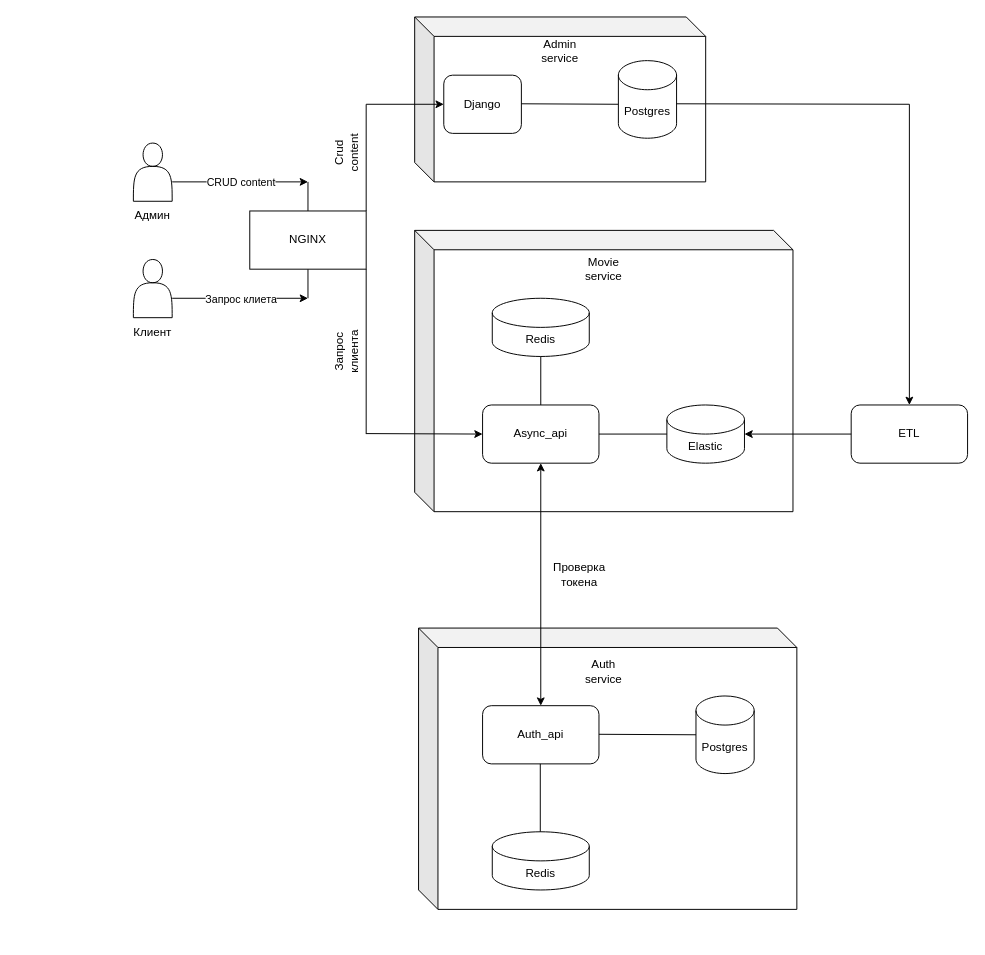
The draw.io diagram architecture/AS_IS_architecture.drawio in Germanio10/ugc_sprint_1, before the edit. Source tidied: cells renumbered, new cells numbered last; positions are measured from the earlier drawing's top-left corner, leaving out a move shared by most shapes. Both pictures are drawn from the tidied source at 97%, with x=0, y=0 at pixel (123, 16).
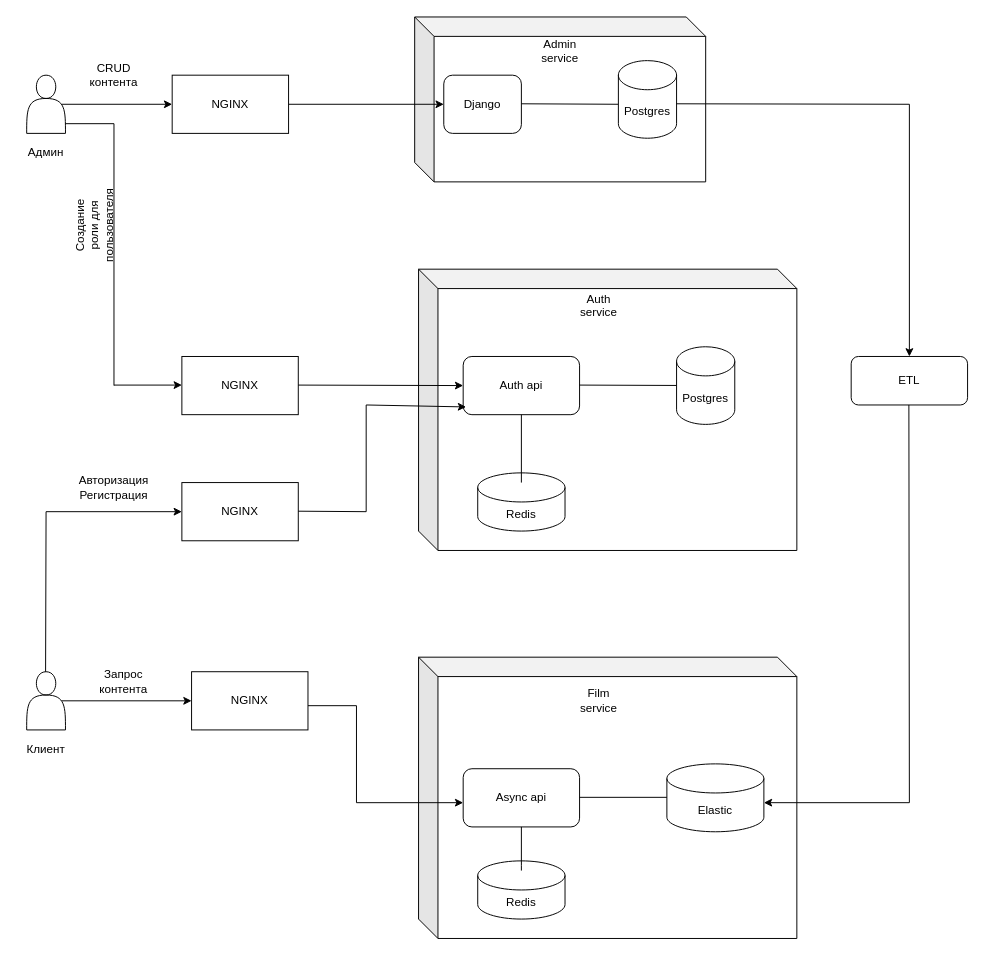
Above is the later version.

Commit message:
Правка схемы

The change refers to these unchanged cells:
```xml
<mxCell id="15" value="Django" style="rounded=1;whiteSpace=wrap;html=1;" parent="1" vertex="1">
  <mxGeometry x="330" y="60" width="80" height="60" as="geometry" />
</mxCell>
```

Diff of the diagram source:
```diff
@@
-    <mxCell id="2" style="shape=actor;whiteSpace=wrap;html=1;" parent="1" vertex="1">
-      <mxGeometry x="10" y="130" width="40" height="60" as="geometry" />
-    </mxCell>
-    <mxCell id="3" style="shape=actor;whiteSpace=wrap;html=1;" parent="1" vertex="1">
-      <mxGeometry x="10" y="250" width="40" height="60" as="geometry" />
-    </mxCell>
-    <mxCell id="4" style="endArrow=classic;html=1;rounded=0;" parent="1" edge="1">
-      <mxGeometry relative="1" as="geometry">
-        <mxPoint x="50" y="170" as="sourcePoint" />
-        <mxPoint x="190" y="170" as="targetPoint" />
-      </mxGeometry>
-    </mxCell>
-    <mxCell id="5" value="CRUD content" style="edgeLabel;html=1;align=center;verticalAlign=middle;" parent="4" vertex="1">
-      <mxGeometry relative="1" as="geometry" />
-    </mxCell>
-    <mxCell id="6" style="endArrow=classic;html=1;rounded=0;" parent="1" edge="1">
-      <mxGeometry relative="1" as="geometry">
-        <mxPoint x="50" y="290" as="sourcePoint" />
-        <mxPoint x="190" y="290" as="targetPoint" />
-      </mxGeometry>
-    </mxCell>
-    <mxCell id="7" value="Запрос клиета" style="edgeLabel;html=1;align=center;verticalAlign=middle;" parent="6" vertex="1">
-      <mxGeometry relative="1" as="geometry" />
-    </mxCell>
-    <mxCell id="8" value="Клиент" style="text;strokeColor=none;align=center;fillColor=none;html=1;verticalAlign=middle;whiteSpace=wrap;rounded=0;" parent="1" vertex="1">
-      <mxGeometry y="310" width="60" height="30" as="geometry" />
-    </mxCell>
-    <mxCell id="9" value="Админ" style="text;strokeColor=none;align=center;fillColor=none;html=1;verticalAlign=middle;whiteSpace=wrap;rounded=0;" parent="1" vertex="1">
-      <mxGeometry y="190" width="60" height="30" as="geometry" />
-    </mxCell>
-    <mxCell id="10" style="endArrow=none;html=1;rounded=0;exitX=0.5;exitY=0;exitDx=0;exitDy=0;" parent="1" edge="1" source="12">
-      <mxGeometry relative="1" as="geometry">
-        <mxPoint x="190" y="170" as="targetPoint" />
-      </mxGeometry>
-    </mxCell>
-    <mxCell id="11" style="endArrow=none;html=1;rounded=0;entryX=0.5;entryY=1;entryDx=0;entryDy=0;" parent="1" edge="1" target="12">
-      <mxGeometry relative="1" as="geometry">
-        <mxPoint x="190" y="290" as="sourcePoint" />
-      </mxGeometry>
-    </mxCell>
-    <mxCell id="12" value="NGINX" style="rounded=0;whiteSpace=wrap;html=1;" parent="1" vertex="1">
-      <mxGeometry x="130" y="200" width="120" height="60" as="geometry" />
-    </mxCell>
-    <mxCell id="13" style="endArrow=none;html=1;rounded=0;" parent="1" edge="1">
-      <mxGeometry relative="1" as="geometry">
-        <mxPoint x="250" y="200" as="sourcePoint" />
-        <mxPoint x="250" y="90" as="targetPoint" />
-      </mxGeometry>
-    </mxCell>
@@
-    <mxCell id="16" style="endArrow=classic;html=1;rounded=0;entryX=0;entryY=0.5;entryDx=0;entryDy=0;" parent="1" edge="1" target="15">
-      <mxGeometry relative="1" as="geometry">
-        <mxPoint x="250" y="90" as="sourcePoint" />
-      </mxGeometry>
-    </mxCell>
@@
     <mxCell id="20" value="ETL" style="rounded=1;whiteSpace=wrap;html=1;" parent="1" vertex="1">
-      <mxGeometry x="750" y="400" width="120" height="60" as="geometry" />
+      <mxGeometry x="750" y="350" width="120" height="50" as="geometry" />
     </mxCell>
@@
-    <mxCell id="22" style="shape=cube;whiteSpace=wrap;html=1;boundedLbl=1;backgroundOutline=1;darkOpacity=0.05;darkOpacity2=0.1;" parent="1" vertex="1">
-      <mxGeometry x="300" y="220" width="390" height="290" as="geometry" />
-    </mxCell>
@@
+    <mxCell id="33" style="shape=cube;whiteSpace=wrap;html=1;boundedLbl=1;backgroundOutline=1;darkOpacity=0.05;darkOpacity2=0.1;" parent="1" vertex="1">
+      <mxGeometry x="304" y="260" width="390" height="290" as="geometry" />
+    </mxCell>
+    <mxCell id="44" style="edgeStyle=orthogonalEdgeStyle;rounded=0;jettySize=auto;html=1;exitX=0.9;exitY=0.5;exitDx=0;exitDy=0;exitPerimeter=0;entryX=0;entryY=0.5;entryDx=0;entryDy=0;" parent="1" edge="1" source="45" target="47">
+      <mxGeometry relative="1" as="geometry" />
+    </mxCell>
+    <mxCell id="45" style="shape=actor;whiteSpace=wrap;html=1;" parent="1" vertex="1">
+      <mxGeometry x="-100" y="60" width="40" height="60" as="geometry" />
+    </mxCell>
+    <mxCell id="46" style="edgeStyle=orthogonalEdgeStyle;rounded=0;jettySize=auto;html=1;exitX=1;exitY=0.5;exitDx=0;exitDy=0;entryX=0;entryY=0.5;entryDx=0;entryDy=0;" parent="1" edge="1" source="47" target="15">
+      <mxGeometry relative="1" as="geometry" />
+    </mxCell>
+    <mxCell id="47" value="NGINX" style="rounded=0;whiteSpace=wrap;html=1;" parent="1" vertex="1">
+      <mxGeometry x="50" y="60" width="120" height="60" as="geometry" />
+    </mxCell>
+    <mxCell id="48" value="CRUD контента" style="text;strokeColor=none;align=center;fillColor=none;html=1;verticalAlign=middle;whiteSpace=wrap;rounded=0;" parent="1" vertex="1">
+      <mxGeometry x="-40" y="45" width="60" height="30" as="geometry" />
+    </mxCell>
+    <mxCell id="9" value="Админ" style="text;strokeColor=none;align=center;fillColor=none;html=1;verticalAlign=middle;whiteSpace=wrap;rounded=0;" parent="1" vertex="1">
+      <mxGeometry x="-110" y="125" width="60" height="30" as="geometry" />
+    </mxCell>
+    <mxCell id="34" value="&lt;div&gt;Auth service&lt;/div&gt;&lt;div&gt;&lt;br&gt;&lt;/div&gt;" style="text;strokeColor=none;align=center;fillColor=none;html=1;verticalAlign=middle;whiteSpace=wrap;rounded=0;" parent="1" vertex="1">
+      <mxGeometry x="460" y="290" width="60" height="30" as="geometry" />
+    </mxCell>
+    <mxCell id="49" value="Auth api" style="rounded=1;whiteSpace=wrap;html=1;" parent="1" vertex="1">
+      <mxGeometry x="350" y="350" width="120" height="60" as="geometry" />
+    </mxCell>
+    <mxCell id="39" value="Postgres" style="shape=cylinder3;whiteSpace=wrap;html=1;boundedLbl=1;backgroundOutline=1;size=15;" parent="1" vertex="1">
+      <mxGeometry x="570" y="340" width="60" height="80" as="geometry" />
+    </mxCell>
+    <mxCell id="50" style="endArrow=none;html=1;rounded=0;" parent="1" edge="1" target="39">
+      <mxGeometry relative="1" as="geometry">
+        <mxPoint x="470" y="379.5" as="sourcePoint" />
+      </mxGeometry>
+    </mxCell>
+    <mxCell id="51" value="Redis" style="shape=cylinder3;whiteSpace=wrap;html=1;boundedLbl=1;backgroundOutline=1;size=15;" parent="1" vertex="1">
+      <mxGeometry x="365" y="470" width="90" height="60" as="geometry" />
+    </mxCell>
+    <mxCell id="52" style="endArrow=none;html=1;rounded=0;" parent="1" edge="1">
+      <mxGeometry relative="1" as="geometry">
+        <mxPoint x="410" y="480" as="sourcePoint" />
+        <mxPoint x="410" y="410" as="targetPoint" />
+      </mxGeometry>
+    </mxCell>
+    <mxCell id="53" style="endArrow=none;html=1;rounded=0;" parent="1" edge="1">
+      <mxGeometry relative="1" as="geometry">
+        <mxPoint x="-60" y="110" as="sourcePoint" />
+        <mxPoint x="-10" y="110" as="targetPoint" />
+      </mxGeometry>
+    </mxCell>
+    <mxCell id="54" style="endArrow=none;html=1;rounded=0;" parent="1" edge="1">
+      <mxGeometry relative="1" as="geometry">
+        <mxPoint x="-10" y="380" as="sourcePoint" />
+        <mxPoint x="-10" y="110" as="targetPoint" />
+      </mxGeometry>
+    </mxCell>
+    <mxCell id="55" style="endArrow=classic;html=1;rounded=0;" parent="1" edge="1">
+      <mxGeometry relative="1" as="geometry">
+        <mxPoint x="-10" y="379.5" as="sourcePoint" />
+        <mxPoint x="60" y="379.5" as="targetPoint" />
+      </mxGeometry>
+    </mxCell>
+    <mxCell id="56" value="NGINX" style="rounded=0;whiteSpace=wrap;html=1;" parent="1" vertex="1">
+      <mxGeometry x="60" y="350" width="120" height="60" as="geometry" />
+    </mxCell>
+    <mxCell id="57" value="Создание роли для пользователя" style="text;strokeColor=none;align=center;fillColor=none;html=1;verticalAlign=middle;whiteSpace=wrap;rounded=0;rotation=270;" parent="1" vertex="1">
+      <mxGeometry x="-60" y="200" width="60" height="30" as="geometry" />
+    </mxCell>
+    <mxCell id="58" style="shape=cube;whiteSpace=wrap;html=1;boundedLbl=1;backgroundOutline=1;darkOpacity=0.05;darkOpacity2=0.1;" parent="1" vertex="1">
+      <mxGeometry x="304" y="660" width="390" height="290" as="geometry" />
+    </mxCell>
+    <mxCell id="59" value="Film service" style="text;strokeColor=none;align=center;fillColor=none;html=1;verticalAlign=middle;whiteSpace=wrap;rounded=0;" parent="1" vertex="1">
+      <mxGeometry x="460" y="690" width="60" height="30" as="geometry" />
+    </mxCell>
+    <mxCell id="60" value="Async api" style="rounded=1;whiteSpace=wrap;html=1;" parent="1" vertex="1">
+      <mxGeometry x="350" y="775" width="120" height="60" as="geometry" />
+    </mxCell>
     <mxCell id="24" value="Elastic" style="shape=cylinder3;whiteSpace=wrap;html=1;boundedLbl=1;backgroundOutline=1;size=15;" parent="1" vertex="1">
-      <mxGeometry x="560" y="400" width="80" height="60" as="geometry" />
+      <mxGeometry x="560" y="770" width="100" height="70" as="geometry" />
     </mxCell>
-    <mxCell id="25" style="endArrow=classic;html=1;rounded=0;entryX=1;entryY=0.5;entryDx=0;entryDy=0;entryPerimeter=0;exitX=0;exitY=0.5;exitDx=0;exitDy=0;" parent="1" edge="1" source="20" target="24">
-      <mxGeometry relative="1" as="geometry" />
-    </mxCell>
-    <mxCell id="26" value="Async_api" style="rounded=1;whiteSpace=wrap;html=1;" parent="1" vertex="1">
-      <mxGeometry x="370" y="400" width="120" height="60" as="geometry" />
-    </mxCell>
-    <mxCell id="27" style="endArrow=none;html=1;rounded=0;entryX=0;entryY=0.5;entryDx=0;entryDy=0;entryPerimeter=0;" parent="1" edge="1" source="26" target="24">
-      <mxGeometry relative="1" as="geometry" />
-    </mxCell>
-    <mxCell id="28" style="endArrow=none;html=1;rounded=0;exitX=0.5;exitY=0;exitDx=0;exitDy=0;" parent="1" edge="1" source="26">
-      <mxGeometry relative="1" as="geometry">
-        <mxPoint x="430" y="320" as="targetPoint" />
-      </mxGeometry>
-    </mxCell>
-    <mxCell id="29" value="Redis" style="shape=cylinder3;whiteSpace=wrap;html=1;boundedLbl=1;backgroundOutline=1;size=15;" parent="1" vertex="1">
-      <mxGeometry x="380" y="290" width="100" height="60" as="geometry" />
-    </mxCell>
-    <mxCell id="30" value="Movie service" style="text;strokeColor=none;align=center;fillColor=none;html=1;verticalAlign=middle;whiteSpace=wrap;rounded=0;" parent="1" vertex="1">
-      <mxGeometry x="460" y="240" width="70" height="40" as="geometry" />
-    </mxCell>
-    <mxCell id="31" style="endArrow=none;html=1;rounded=0;entryX=1;entryY=1;entryDx=0;entryDy=0;" parent="1" edge="1" target="12">
-      <mxGeometry relative="1" as="geometry">
-        <mxPoint x="250" y="430" as="sourcePoint" />
-      </mxGeometry>
-    </mxCell>
-    <mxCell id="32" style="endArrow=classic;html=1;rounded=0;entryX=0;entryY=0.5;entryDx=0;entryDy=0;" parent="1" edge="1" target="26">
-      <mxGeometry relative="1" as="geometry">
-        <mxPoint x="250" y="429.5" as="sourcePoint" />
-      </mxGeometry>
-    </mxCell>
-    <mxCell id="33" style="shape=cube;whiteSpace=wrap;html=1;boundedLbl=1;backgroundOutline=1;darkOpacity=0.05;darkOpacity2=0.1;" parent="1" vertex="1">
-      <mxGeometry x="304" y="630" width="390" height="290" as="geometry" />
-    </mxCell>
-    <mxCell id="34" value="Auth service" style="text;html=1;align=center;verticalAlign=middle;whiteSpace=wrap;rounded=0;" parent="1" vertex="1">
-      <mxGeometry x="465" y="660" width="60" height="30" as="geometry" />
-    </mxCell>
-    <mxCell id="35" value="Auth_api" style="rounded=1;whiteSpace=wrap;html=1;" parent="1" vertex="1">
-      <mxGeometry x="370" y="710" width="120" height="60" as="geometry" />
-    </mxCell>
-    <mxCell id="36" style="endArrow=classic;startArrow=classic;html=1;rounded=0;entryX=0.5;entryY=1;entryDx=0;entryDy=0;" parent="1" edge="1" source="35" target="26">
-      <mxGeometry relative="1" as="geometry" />
-    </mxCell>
-    <mxCell id="37" value="Redis" style="shape=cylinder3;whiteSpace=wrap;html=1;boundedLbl=1;backgroundOutline=1;size=15;" parent="1" vertex="1">
-      <mxGeometry x="380" y="840" width="100" height="60" as="geometry" />
-    </mxCell>
-    <mxCell id="38" style="endArrow=none;html=1;rounded=0;" parent="1" edge="1">
-      <mxGeometry relative="1" as="geometry">
-        <mxPoint x="429.5" y="840" as="sourcePoint" />
-        <mxPoint x="429.5" y="770" as="targetPoint" />
-      </mxGeometry>
-    </mxCell>
-    <mxCell id="39" value="Postgres" style="shape=cylinder3;whiteSpace=wrap;html=1;boundedLbl=1;backgroundOutline=1;size=15;" parent="1" vertex="1">
-      <mxGeometry x="590" y="700" width="60" height="80" as="geometry" />
-    </mxCell>
-    <mxCell id="40" style="endArrow=none;html=1;rounded=0;entryX=0;entryY=0.5;entryDx=0;entryDy=0;entryPerimeter=0;" parent="1" edge="1" target="39">
-      <mxGeometry relative="1" as="geometry">
-        <mxPoint x="490" y="739.5" as="sourcePoint" />
-      </mxGeometry>
-    </mxCell>
-    <mxCell id="41" value="Crud content" style="text;strokeColor=none;align=center;fillColor=none;html=1;verticalAlign=middle;whiteSpace=wrap;rounded=0;rotation=270;" parent="1" vertex="1">
-      <mxGeometry x="210" y="120" width="40" height="40" as="geometry" />
-    </mxCell>
-    <mxCell id="42" value="Запрос клиента" style="text;strokeColor=none;align=center;fillColor=none;html=1;verticalAlign=middle;whiteSpace=wrap;rounded=0;rotation=270;" parent="1" vertex="1">
-      <mxGeometry x="200" y="330" width="60" height="30" as="geometry" />
-    </mxCell>
-    <mxCell id="43" value="Проверка токена" style="text;strokeColor=none;align=center;fillColor=none;html=1;verticalAlign=middle;whiteSpace=wrap;rounded=0;" parent="1" vertex="1">
-      <mxGeometry x="440" y="560" width="60" height="30" as="geometry" />
-    </mxCell>
+    <mxCell id="61" style="endArrow=none;html=1;rounded=0;" parent="1" edge="1">
+      <mxGeometry relative="1" as="geometry">
+        <mxPoint x="470" y="804.5" as="sourcePoint" />
+        <mxPoint x="560" y="804.5" as="targetPoint" />
+      </mxGeometry>
+    </mxCell>
+    <mxCell id="62" style="endArrow=none;html=1;rounded=0;" parent="1" edge="1">
+      <mxGeometry relative="1" as="geometry">
+        <mxPoint x="810" y="810" as="sourcePoint" />
+        <mxPoint x="809.5" y="400" as="targetPoint" />
+      </mxGeometry>
+    </mxCell>
+    <mxCell id="63" style="endArrow=classic;html=1;rounded=0;" parent="1" edge="1">
+      <mxGeometry relative="1" as="geometry">
+        <mxPoint x="810" y="810" as="sourcePoint" />
+        <mxPoint x="660" y="810" as="targetPoint" />
+      </mxGeometry>
+    </mxCell>
+    <mxCell id="64" value="Redis" style="shape=cylinder3;whiteSpace=wrap;html=1;boundedLbl=1;backgroundOutline=1;size=15;" parent="1" vertex="1">
+      <mxGeometry x="365" y="870" width="90" height="60" as="geometry" />
+    </mxCell>
+    <mxCell id="65" style="endArrow=none;html=1;rounded=0;" parent="1" edge="1">
+      <mxGeometry relative="1" as="geometry">
+        <mxPoint x="410" y="880" as="sourcePoint" />
+        <mxPoint x="410" y="835" as="targetPoint" />
+        <Array as="points">
+          <mxPoint x="410" y="875" />
+        </Array>
+      </mxGeometry>
+    </mxCell>
+    <mxCell id="66" style="edgeStyle=orthogonalEdgeStyle;rounded=0;jettySize=auto;html=1;exitX=0.9;exitY=0.5;exitDx=0;exitDy=0;exitPerimeter=0;entryX=0;entryY=0.5;entryDx=0;entryDy=0;" parent="1" edge="1" source="67" target="68">
+      <mxGeometry relative="1" as="geometry" />
+    </mxCell>
+    <mxCell id="67" style="shape=actor;whiteSpace=wrap;html=1;" parent="1" vertex="1">
+      <mxGeometry x="-100" y="675" width="40" height="60" as="geometry" />
+    </mxCell>
+    <mxCell id="8" value="Клиент" style="text;strokeColor=none;align=center;fillColor=none;html=1;verticalAlign=middle;whiteSpace=wrap;rounded=0;" parent="1" vertex="1">
+      <mxGeometry x="-110" y="740" width="60" height="30" as="geometry" />
+    </mxCell>
+    <mxCell id="68" value="NGINX" style="rounded=0;whiteSpace=wrap;html=1;" parent="1" vertex="1">
+      <mxGeometry x="70" y="675" width="120" height="60" as="geometry" />
+    </mxCell>
+    <mxCell id="69" value="Запрос контента" style="text;strokeColor=none;align=center;fillColor=none;html=1;verticalAlign=middle;whiteSpace=wrap;rounded=0;" parent="1" vertex="1">
+      <mxGeometry x="-30" y="670" width="60" height="30" as="geometry" />
+    </mxCell>
+    <mxCell id="70" style="endArrow=none;html=1;rounded=0;" parent="1" edge="1">
+      <mxGeometry relative="1" as="geometry">
+        <mxPoint x="190" y="710" as="sourcePoint" />
+        <mxPoint x="240" y="710" as="targetPoint" />
+      </mxGeometry>
+    </mxCell>
+    <mxCell id="71" style="endArrow=none;html=1;rounded=0;" parent="1" edge="1">
+      <mxGeometry relative="1" as="geometry">
+        <mxPoint x="240" y="710" as="sourcePoint" />
+        <mxPoint x="240" y="810" as="targetPoint" />
+      </mxGeometry>
+    </mxCell>
+    <mxCell id="72" style="endArrow=classic;html=1;rounded=0;" parent="1" edge="1">
+      <mxGeometry relative="1" as="geometry">
+        <mxPoint x="240" y="810" as="sourcePoint" />
+        <mxPoint x="350" y="810" as="targetPoint" />
+      </mxGeometry>
+    </mxCell>
+    <mxCell id="73" style="endArrow=none;html=1;rounded=0;" parent="1" edge="1">
+      <mxGeometry relative="1" as="geometry">
+        <mxPoint x="-80.5" y="675" as="sourcePoint" />
+        <mxPoint x="-80" y="510" as="targetPoint" />
+      </mxGeometry>
+    </mxCell>
+    <mxCell id="74" style="endArrow=classic;html=1;rounded=0;entryX=0;entryY=0.5;entryDx=0;entryDy=0;" parent="1" edge="1" target="75">
+      <mxGeometry relative="1" as="geometry">
+        <mxPoint x="-80" y="510" as="sourcePoint" />
+      </mxGeometry>
+    </mxCell>
+    <mxCell id="75" value="NGINX" style="rounded=0;whiteSpace=wrap;html=1;" parent="1" vertex="1">
+      <mxGeometry x="60" y="480" width="120" height="60" as="geometry" />
+    </mxCell>
+    <mxCell id="76" value="Авторизация&lt;br&gt;Регистрация" style="text;strokeColor=none;align=center;fillColor=none;html=1;verticalAlign=middle;whiteSpace=wrap;rounded=0;" parent="1" vertex="1">
+      <mxGeometry x="-40" y="470" width="60" height="30" as="geometry" />
+    </mxCell>
+    <mxCell id="77" style="endArrow=none;html=1;rounded=0;" parent="1" edge="1">
+      <mxGeometry relative="1" as="geometry">
+        <mxPoint x="180" y="509.5" as="sourcePoint" />
+        <mxPoint x="250" y="510" as="targetPoint" />
+      </mxGeometry>
+    </mxCell>
+    <mxCell id="78" style="endArrow=classic;html=1;rounded=0;entryX=0;entryY=0.5;entryDx=0;entryDy=0;" parent="1" edge="1" target="49">
+      <mxGeometry relative="1" as="geometry">
+        <mxPoint x="180" y="379.5" as="sourcePoint" />
+      </mxGeometry>
+    </mxCell>
+    <mxCell id="79" style="endArrow=none;html=1;rounded=0;" parent="1" edge="1">
+      <mxGeometry relative="1" as="geometry">
+        <mxPoint x="250" y="510" as="sourcePoint" />
+        <mxPoint x="250" y="400" as="targetPoint" />
+      </mxGeometry>
+    </mxCell>
+    <mxCell id="80" style="endArrow=classic;html=1;rounded=0;entryX=0.025;entryY=0.867;entryDx=0;entryDy=0;entryPerimeter=0;" parent="1" edge="1" target="49">
+      <mxGeometry relative="1" as="geometry">
+        <mxPoint x="250" y="400" as="sourcePoint" />
+      </mxGeometry>
+    </mxCell>
```
